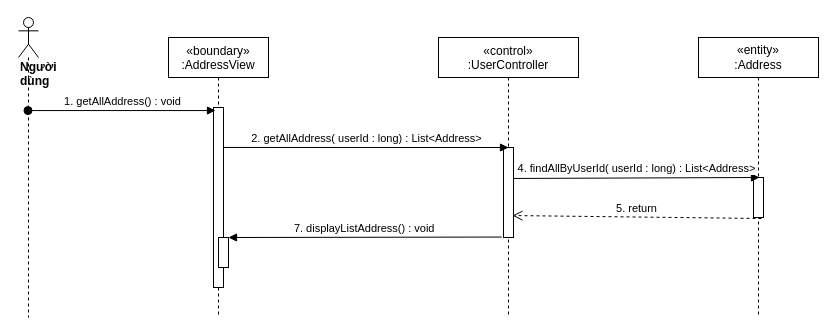
Above: sequence diagram/view-addresses-sequence-diagram.drawio in nguyenphamvan/datn_20202 (draw.io), before the change. Source tidied: cells renumbered, new cells numbered last; positions are measured from the earlier drawing's top-left corner, leaving out a move shared by most shapes. Both pictures are drawn from the tidied source at 100%, with x=0, y=0 at pixel (18, 17).
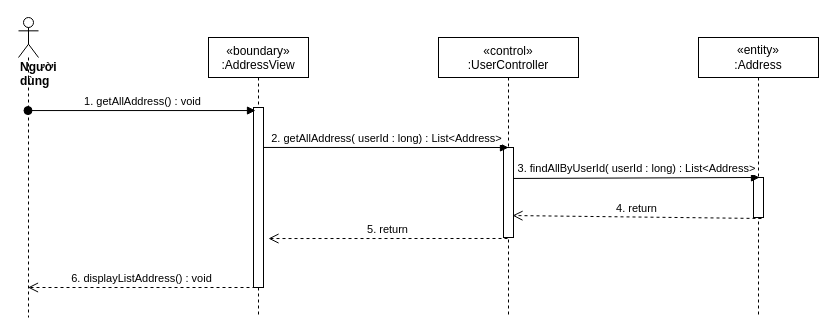
The same page after the edit.

What changed in the source:
```diff
@@
 <mxGraphModel>
   <root>
     <mxCell id="0" />
     <mxCell id="1" parent="0" />
     <mxCell id="2" value="«boundary»&#10;:AddressView" style="shape=umlLifeline;perimeter=lifelinePerimeter;rounded=0;shadow=0;strokeWidth=1;" parent="1" vertex="1">
-      <mxGeometry x="150" y="20" width="100" height="280" as="geometry" />
+      <mxGeometry x="190" y="20" width="100" height="280" as="geometry" />
     </mxCell>
     <mxCell id="3" style="html=1;points=[];perimeter=orthogonalPerimeter;" parent="2" vertex="1">
       <mxGeometry x="45" y="70" width="10" height="180" as="geometry" />
     </mxCell>
     <mxCell id="4" value="«control»&#10;:UserController" style="shape=umlLifeline;perimeter=lifelinePerimeter;rounded=0;shadow=0;strokeWidth=1;size=40;" parent="1" vertex="1">
       <mxGeometry x="420" y="20" width="140" height="280" as="geometry" />
     </mxCell>
     <mxCell id="5" style="points=[];perimeter=orthogonalPerimeter;rounded=0;shadow=0;strokeWidth=1;" parent="4" vertex="1">
       <mxGeometry x="65" y="110" width="10" height="90" as="geometry" />
     </mxCell>
     <mxCell id="6" value="&lt;div&gt;&lt;b&gt;Người dùng&lt;/b&gt;&lt;/div&gt;" style="shape=umlLifeline;participant=umlActor;perimeter=lifelinePerimeter;whiteSpace=wrap;html=1;verticalAlign=top;spacingTop=36;outlineConnect=0;align=left;" parent="1" vertex="1">
       <mxGeometry width="20" height="300" as="geometry" />
     </mxCell>
     <mxCell id="7" value="1. getAllAddress() : void" style="html=1;verticalAlign=bottom;startArrow=oval;startFill=1;endArrow=block;startSize=8;entryX=0.2;entryY=0.017;entryDx=0;entryDy=0;entryPerimeter=0;" parent="1" edge="1" source="6" target="3">
       <mxGeometry relative="1" as="geometry" />
     </mxCell>
     <mxCell id="8" value="2. getAllAddress( userId : long) : List&amp;lt;Address&amp;gt;" style="html=1;verticalAlign=bottom;endArrow=block;entryX=0.5;entryY=0;entryDx=0;entryDy=0;entryPerimeter=0;exitX=0.98;exitY=0.222;exitDx=0;exitDy=0;exitPerimeter=0;" parent="1" edge="1" source="3" target="5">
       <mxGeometry relative="1" as="geometry" />
     </mxCell>
     <mxCell id="9" value="&lt;span&gt;«entity»&lt;br&gt;&lt;/span&gt;:Address" style="shape=umlLifeline;perimeter=lifelinePerimeter;whiteSpace=wrap;html=1;" parent="1" vertex="1">
       <mxGeometry x="680" y="20" width="120" height="280" as="geometry" />
     </mxCell>
     <mxCell id="10" style="points=[];perimeter=orthogonalPerimeter;rounded=0;shadow=0;strokeWidth=1;" parent="9" vertex="1">
       <mxGeometry x="55" y="140" width="10" height="40" as="geometry" />
     </mxCell>
-    <mxCell id="11" value="4. findAllByUserId( userId : long) : List&amp;lt;Address&amp;gt;" style="html=1;verticalAlign=bottom;endArrow=block;entryX=0.6;entryY=0;entryDx=0;entryDy=0;entryPerimeter=0;exitX=1;exitY=0.344;exitDx=0;exitDy=0;exitPerimeter=0;" parent="1" edge="1" source="5" target="10">
+    <mxCell id="11" value="3. findAllByUserId( userId : long) : List&amp;lt;Address&amp;gt;" style="html=1;verticalAlign=bottom;endArrow=block;entryX=0.6;entryY=0;entryDx=0;entryDy=0;entryPerimeter=0;exitX=1;exitY=0.344;exitDx=0;exitDy=0;exitPerimeter=0;" parent="1" edge="1" source="5" target="10">
       <mxGeometry relative="1" as="geometry" />
     </mxCell>
-    <mxCell id="12" value="5. return" style="html=1;verticalAlign=bottom;endArrow=open;dashed=1;endSize=8;exitX=0.8;exitY=1.025;exitDx=0;exitDy=0;exitPerimeter=0;entryX=0.9;entryY=0.756;entryDx=0;entryDy=0;entryPerimeter=0;" parent="1" edge="1" source="10" target="5">
+    <mxCell id="12" value="4. return" style="html=1;verticalAlign=bottom;endArrow=open;dashed=1;endSize=8;exitX=0.8;exitY=1.025;exitDx=0;exitDy=0;exitPerimeter=0;entryX=0.9;entryY=0.756;entryDx=0;entryDy=0;entryPerimeter=0;" parent="1" edge="1" source="10" target="5">
       <mxGeometry relative="1" as="geometry" />
     </mxCell>
-    <mxCell id="13" value="7. displayListAddress() : void" style="verticalAlign=bottom;endArrow=block;shadow=0;strokeWidth=1;exitX=-0.18;exitY=0.995;exitDx=0;exitDy=0;exitPerimeter=0;" parent="1" edge="1" source="5" target="14">
-      <mxGeometry relative="1" as="geometry" />
-    </mxCell>
-    <mxCell id="14" style="html=1;points=[];perimeter=orthogonalPerimeter;" parent="1" vertex="1">
-      <mxGeometry x="200" y="220" width="10" height="30" as="geometry" />
-    </mxCell>
+    <mxCell id="15" value="&lt;span style=&quot;color: rgb(0 , 0 , 0) ; font-family: &amp;#34;helvetica&amp;#34; ; font-size: 11px ; font-style: normal ; font-weight: 400 ; letter-spacing: normal ; text-align: center ; text-indent: 0px ; text-transform: none ; word-spacing: 0px ; background-color: rgb(255 , 255 , 255) ; display: inline ; float: none&quot;&gt;6. displayListAddress() : void&lt;/span&gt;" style="html=1;verticalAlign=bottom;endArrow=open;dashed=1;endSize=8;exitX=0.2;exitY=1;exitDx=0;exitDy=0;exitPerimeter=0;" parent="1" edge="1" source="3" target="6">
+      <mxGeometry relative="1" as="geometry" />
+    </mxCell>
+    <mxCell id="16" value="5. return" style="html=1;verticalAlign=bottom;endArrow=open;dashed=1;endSize=8;exitX=0.4;exitY=1.011;exitDx=0;exitDy=0;exitPerimeter=0;entryX=1.5;entryY=0.728;entryDx=0;entryDy=0;entryPerimeter=0;" parent="1" edge="1" source="5" target="3">
+      <mxGeometry relative="1" as="geometry" />
+    </mxCell>
   </root>
 </mxGraphModel>
```
